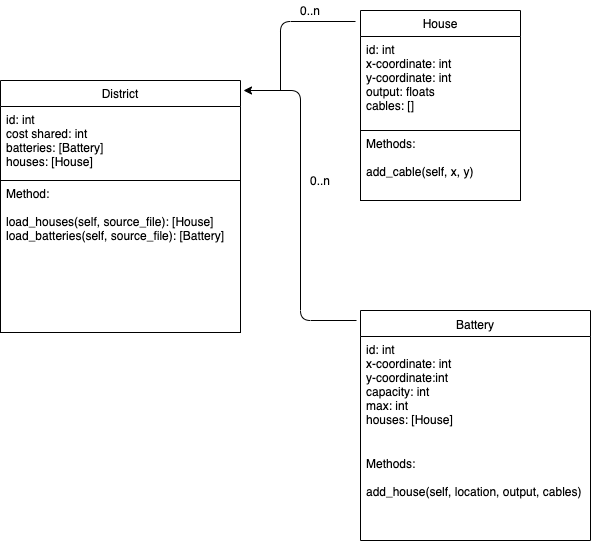
This is docs/images/DESIGN.png from armand-jr/Sonkrag, a draw.io export, as it was before one commit. Source tidied: cells renumbered, new cells last; positions are measured from the earlier drawing's top-left corner, leaving out a move shared by most shapes.
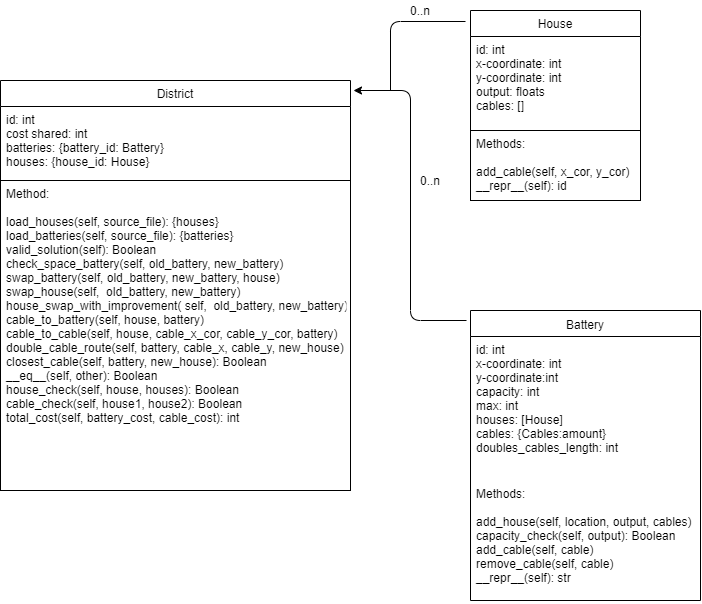
After the change.

What changed in the source:
```diff
@@ -3,31 +3,31 @@
     <mxCell id="0" />
     <mxCell id="1" parent="0" />
     <mxCell id="2" value="House" style="swimlane;fontStyle=0;horizontal=1;startSize=26;fillColor=none;" parent="1" vertex="1">
-      <mxGeometry x="360" y="10" width="160" height="190" as="geometry" />
+      <mxGeometry x="360" y="10" width="170" height="190" as="geometry" />
     </mxCell>
     <mxCell id="3" value="id: int&#10;x-coordinate: int&#10;y-coordinate: int&#10;output: floats&#10;cables: []" style="text;strokeColor=none;fillColor=none;align=left;verticalAlign=top;spacingLeft=4;spacingRight=4;overflow=hidden;" parent="2" vertex="1">
-      <mxGeometry y="26" width="160" height="94" as="geometry" />
+      <mxGeometry y="26" width="170" height="94" as="geometry" />
     </mxCell>
-    <mxCell id="4" value="Methods:&#10;&#10;add_cable(self, x, y)&#10;" style="text;fillColor=none;align=left;verticalAlign=top;spacingLeft=4;spacingRight=4;overflow=hidden;strokeColor=#000000;" parent="2" vertex="1">
-      <mxGeometry y="120" width="160" height="70" as="geometry" />
+    <mxCell id="4" value="Methods:&#10;&#10;add_cable(self, x_cor, y_cor)&#10;__repr__(self): id&#10;" style="text;fillColor=none;align=left;verticalAlign=top;spacingLeft=4;spacingRight=4;overflow=hidden;strokeColor=#000000;" parent="2" vertex="1">
+      <mxGeometry y="120" width="170" height="70" as="geometry" />
     </mxCell>
     <mxCell id="5" value="Battery" style="swimlane;fontStyle=0;horizontal=1;startSize=26;fillColor=none;spacingTop=1;" parent="1" vertex="1">
-      <mxGeometry x="360" y="310" width="230" height="230" as="geometry" />
+      <mxGeometry x="360" y="310" width="230" height="290" as="geometry" />
     </mxCell>
-    <mxCell id="6" value="id: int&#10;x-coordinate: int&#10;y-coordinate:int&#10;capacity: int&#10;max: int&#10;houses: [House]" style="text;strokeColor=none;fillColor=none;align=left;verticalAlign=top;spacingLeft=4;spacingRight=4;overflow=hidden;" parent="5" vertex="1">
-      <mxGeometry y="26" width="230" height="114" as="geometry" />
+    <mxCell id="6" value="id: int&#10;x-coordinate: int&#10;y-coordinate:int&#10;capacity: int&#10;max: int&#10;houses: [House]&#10;cables: {Cables:amount}&#10;doubles_cables_length: int&#10;" style="text;strokeColor=none;fillColor=none;align=left;verticalAlign=top;spacingLeft=4;spacingRight=4;overflow=hidden;" parent="5" vertex="1">
+      <mxGeometry y="26" width="230" height="144" as="geometry" />
     </mxCell>
-    <mxCell id="7" value="Methods: &#10;&#10;add_house(self, location, output, cables)&#10;&#10;&#10;" style="text;fillColor=none;align=left;verticalAlign=top;spacingLeft=4;spacingRight=4;overflow=hidden;" parent="5" vertex="1">
-      <mxGeometry y="140" width="230" height="90" as="geometry" />
+    <mxCell id="7" value="Methods: &#10;&#10;add_house(self, location, output, cables)&#10;capacity_check(self, output): Boolean&#10;add_cable(self, cable)&#10;remove_cable(self, cable)&#10;__repr__(self): str" style="text;fillColor=none;align=left;verticalAlign=top;spacingLeft=4;spacingRight=4;overflow=hidden;" parent="5" vertex="1">
+      <mxGeometry y="170" width="230" height="120" as="geometry" />
     </mxCell>
     <mxCell id="8" value="District" style="swimlane;fontStyle=0;horizontal=1;startSize=26;fillColor=none;strokeColor=#000000;" parent="1" vertex="1">
-      <mxGeometry y="80" width="240" height="252" as="geometry" />
+      <mxGeometry x="-110" y="80" width="350" height="410" as="geometry" />
     </mxCell>
-    <mxCell id="9" value="id: int&#10;cost shared: int&#10;batteries: [Battery]&#10;houses: [House]" style="text;strokeColor=none;fillColor=none;align=left;verticalAlign=top;spacingLeft=4;spacingRight=4;overflow=hidden;" parent="8" vertex="1">
-      <mxGeometry y="26" width="240" height="74" as="geometry" />
+    <mxCell id="9" value="id: int&#10;cost shared: int&#10;batteries: {battery_id: Battery}&#10;houses: {house_id: House}" style="text;strokeColor=none;fillColor=none;align=left;verticalAlign=top;spacingLeft=4;spacingRight=4;overflow=hidden;" parent="8" vertex="1">
+      <mxGeometry y="26" width="350" height="74" as="geometry" />
     </mxCell>
-    <mxCell id="10" value="Method:&#10;&#10;load_houses(self, source_file): [House]&#10;load_batteries(self, source_file): [Battery]" style="text;fillColor=none;align=left;verticalAlign=top;spacingLeft=4;spacingRight=4;overflow=hidden;strokeColor=#000000;" parent="8" vertex="1">
-      <mxGeometry y="100" width="240" height="152" as="geometry" />
+    <mxCell id="10" value="Method:&#10;&#10;load_houses(self, source_file): {houses}&#10;load_batteries(self, source_file): {batteries}&#10;valid_solution(self): Boolean&#10;check_space_battery(self, old_battery, new_battery)&#10;swap_battery(self, old_battery, new_battery, house)&#10;swap_house(self,  old_battery, new_battery)&#10;house_swap_with_improvement( self,  old_battery, new_battery)&#10;cable_to_battery(self, house, battery)&#10;cable_to_cable(self, house, cable_x_cor, cable_y_cor, battery)&#10;double_cable_route(self, battery, cable_x, cable_y, new_house)&#10;closest_cable(self, battery, new_house): Boolean&#10;__eq__(self, other): Boolean&#10;house_check(self, house, houses): Boolean&#10;cable_check(self, house1, house2): Boolean&#10;total_cost(self, battery_cost, cable_cost): int&#10;&#10;" style="text;fillColor=none;align=left;verticalAlign=top;spacingLeft=4;spacingRight=4;overflow=hidden;strokeColor=#000000;" parent="8" vertex="1">
+      <mxGeometry y="100" width="350" height="310" as="geometry" />
     </mxCell>
     <mxCell id="11" style="endArrow=classic;html=1;" parent="1" edge="1">
       <mxGeometry relative="1" as="geometry">
```
